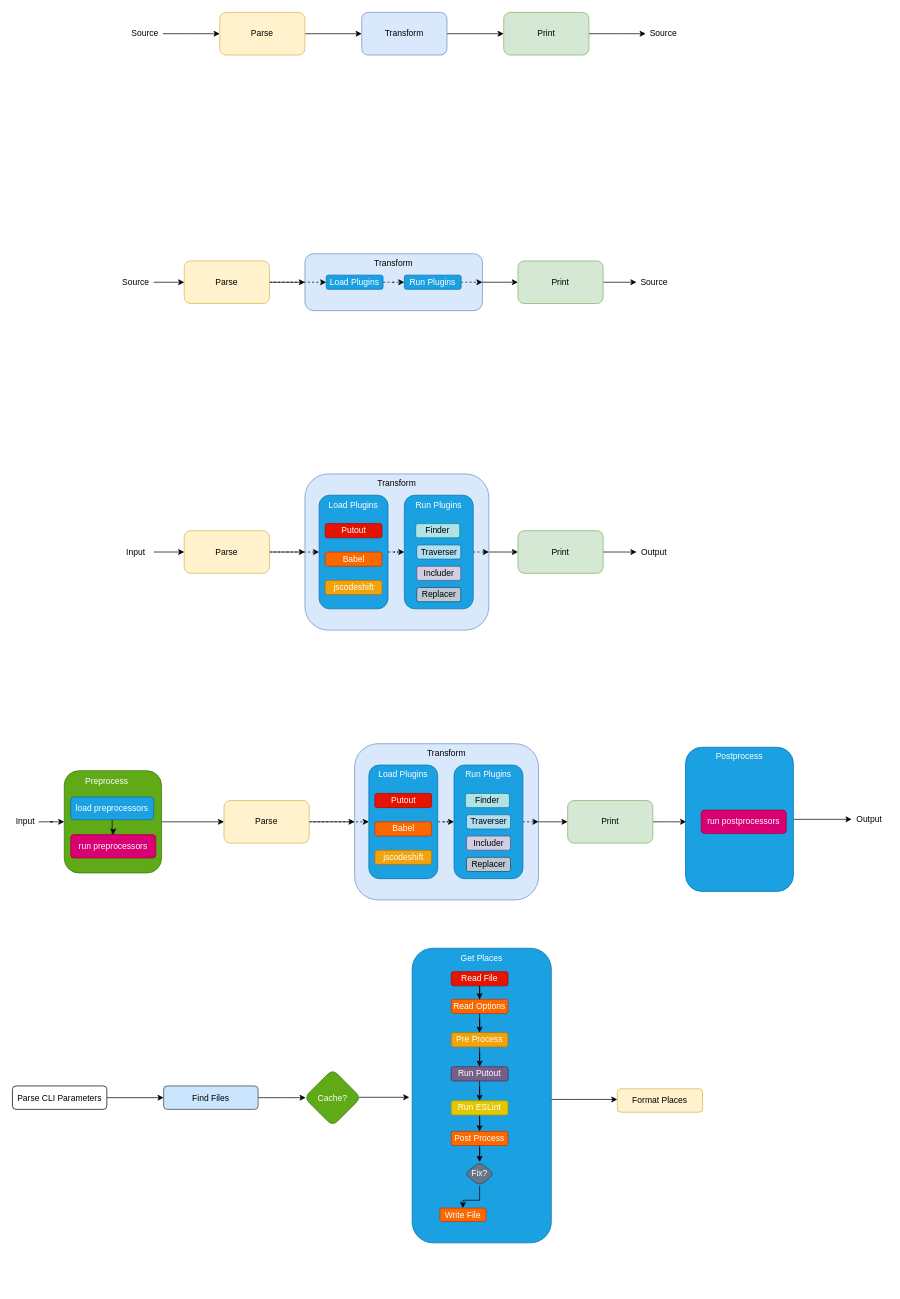
The draw.io diagram images/putout.drawio in coderaiser/putout, before the edit. Source tidied: cells renumbered, new cells numbered last; positions are measured from the earlier drawing's top-left corner, leaving out a move shared by most shapes. Both pictures are drawn from the tidied source at 71%, with x=0, y=0 at pixel (12, 12).
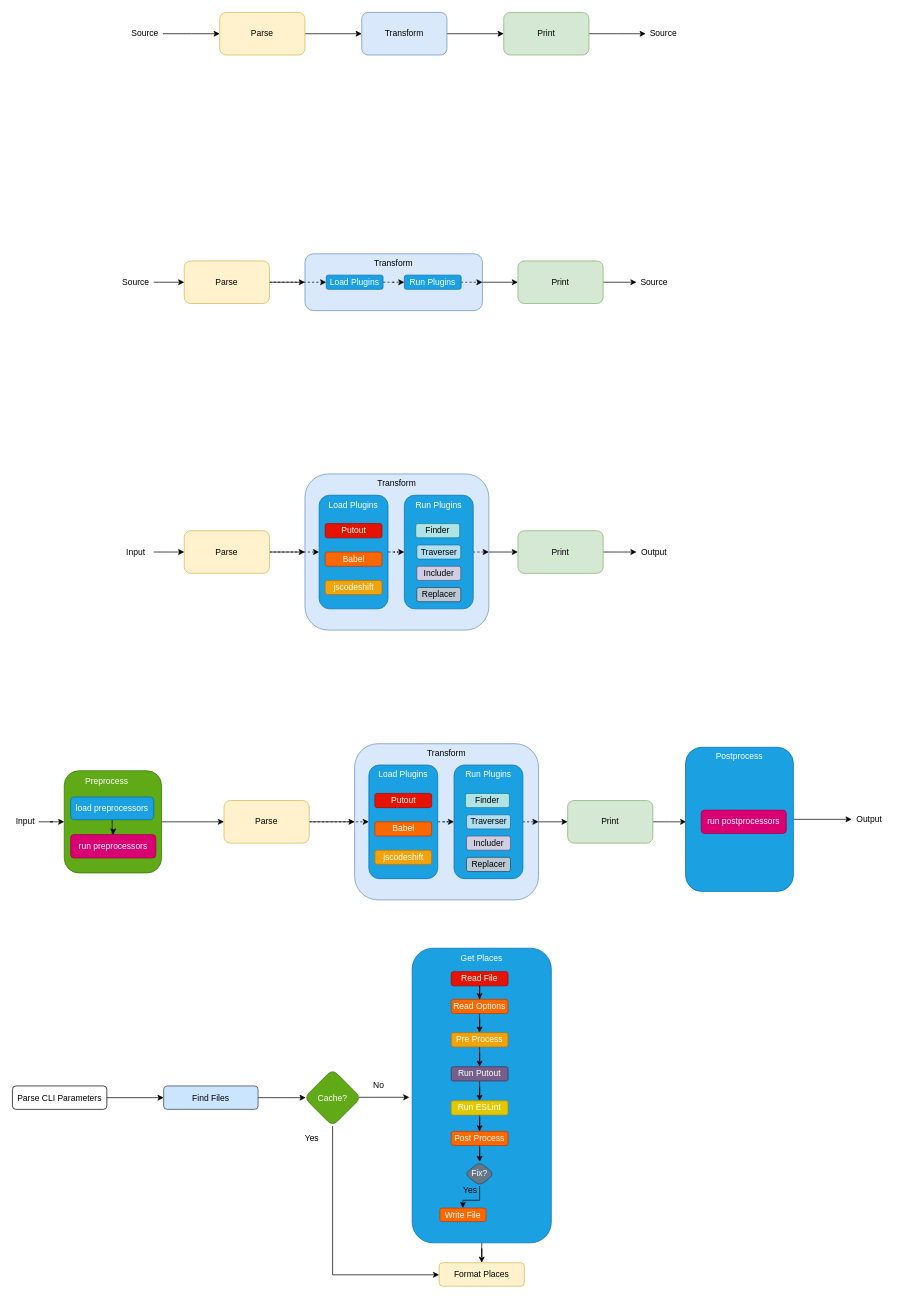
Above is the later version.

Commit message (it also covers changes not shown here):
chore(images) cli architecture image: add arrow

Unchanged cells that the change refers to:
```xml
<mxCell id="80" value="Get Places" style="rounded=1;whiteSpace=wrap;html=1;fillColor=#1ba1e2;strokeColor=#006EAF;fontColor=#ffffff;verticalAlign=top;" parent="1" vertex="1">
  <mxGeometry x="563" y="1318" width="196" height="415" as="geometry" />
</mxCell>
<mxCell id="102" value="Cache?" style="rhombus;whiteSpace=wrap;html=1;rounded=1;strokeColor=#2D7600;fillColor=#60a917;fontColor=#ffffff;" parent="1" vertex="1">
  <mxGeometry x="411" y="1488.5" width="80" height="80" as="geometry" />
</mxCell>
```

Diff of the diagram source:
```diff
@@
-    <mxCell id="79" style="edgeStyle=orthogonalEdgeStyle;rounded=0;jettySize=auto;html=1;" parent="1" edge="1" source="80" target="88">
-      <mxGeometry relative="1" as="geometry">
-        <Array as="points">
-          <mxPoint x="787" y="1531" />
-          <mxPoint x="787" y="1531" />
-        </Array>
-      </mxGeometry>
+    <mxCell id="79" style="edgeStyle=orthogonalEdgeStyle;rounded=0;jettySize=auto;html=1;entryX=0.5;entryY=0;entryDx=0;entryDy=0;" parent="1" edge="1" source="80" target="88">
+      <mxGeometry relative="1" as="geometry" />
     </mxCell>
@@
     <mxCell id="88" value="Format Places" style="rounded=1;whiteSpace=wrap;html=1;fillColor=#fff2cc;strokeColor=#d6b656;" parent="1" vertex="1">
-      <mxGeometry x="852" y="1516" width="120" height="33" as="geometry" />
+      <mxGeometry x="601" y="1761" width="120" height="33" as="geometry" />
     </mxCell>
@@
+    <mxCell id="103" style="edgeStyle=orthogonalEdgeStyle;rounded=0;jettySize=auto;html=1;" parent="1" edge="1" source="102" target="88">
+      <mxGeometry relative="1" as="geometry">
+        <Array as="points">
+          <mxPoint x="451" y="1778" />
+        </Array>
+      </mxGeometry>
+    </mxCell>
@@
+    <mxCell id="104" value="No" style="text;html=1;strokeColor=none;fillColor=none;align=center;verticalAlign=middle;whiteSpace=wrap;rounded=0;" parent="1" vertex="1">
+      <mxGeometry x="496" y="1501" width="40" height="20" as="geometry" />
+    </mxCell>
+    <mxCell id="105" value="Yes" style="text;html=1;strokeColor=none;fillColor=none;align=center;verticalAlign=middle;whiteSpace=wrap;rounded=0;" parent="1" vertex="1">
+      <mxGeometry x="402" y="1576" width="40" height="20" as="geometry" />
+    </mxCell>
+    <mxCell id="106" value="Yes" style="text;html=1;strokeColor=none;fillColor=none;align=center;verticalAlign=middle;whiteSpace=wrap;rounded=0;" parent="1" vertex="1">
+      <mxGeometry x="625" y="1649" width="40" height="20" as="geometry" />
+    </mxCell>
```
